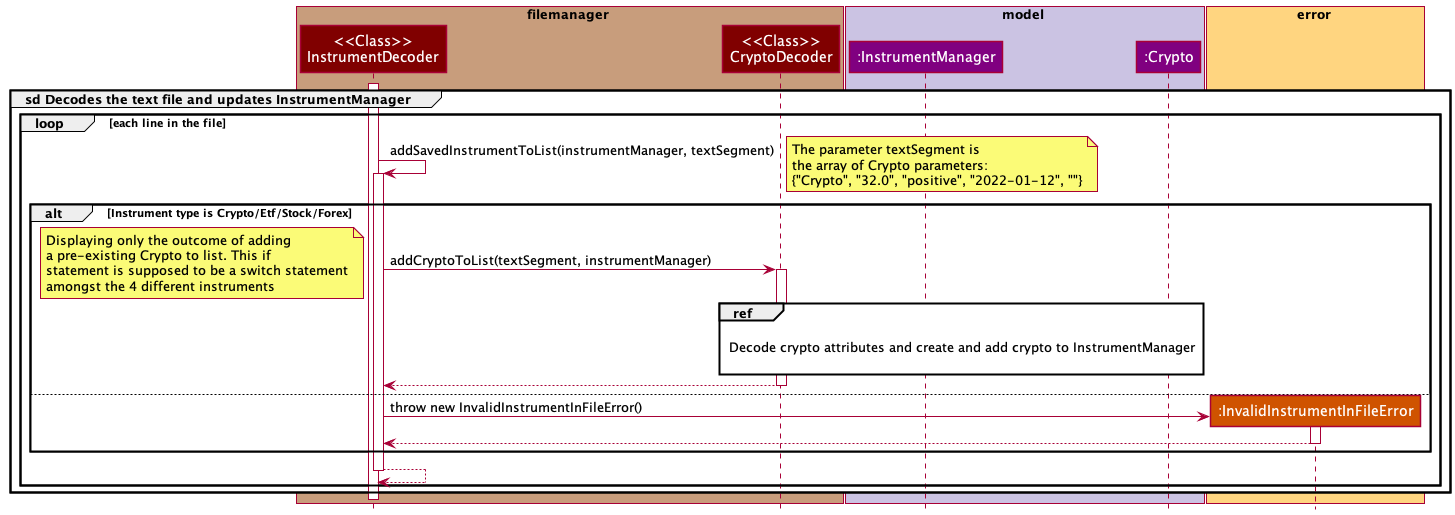
Before: docs/images/FileManagerSequenceDiagram.png, a diagram exported from PlantUML (williamlamjy/mTracker).
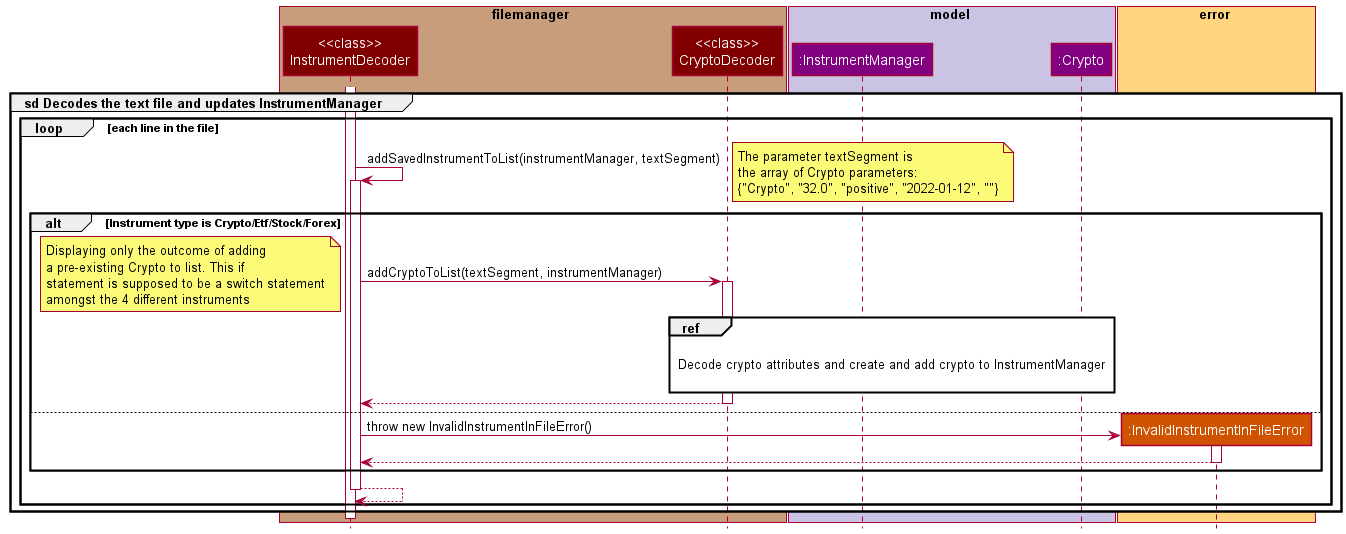
The same diagram one commit later.

Change to the diagram source:
```diff
@@ -3,8 +3,8 @@
 
 group sd Decodes the text file and updates InstrumentManager
 box filemanager COLOR_STORAGE_SEGMENT
-participant "<<Class>>\nInstrumentDecoder" as InstrumentDecoder COLOR_STORAGE
-participant "<<Class>>\nCryptoDecoder" as CryptoDecoder COLOR_STORAGE
+participant "<<class>>\nInstrumentDecoder" as InstrumentDecoder COLOR_STORAGE
+participant "<<class>>\nCryptoDecoder" as CryptoDecoder COLOR_STORAGE
 end box
 
 box model COLOR_MODEL_SEGMENT
```
